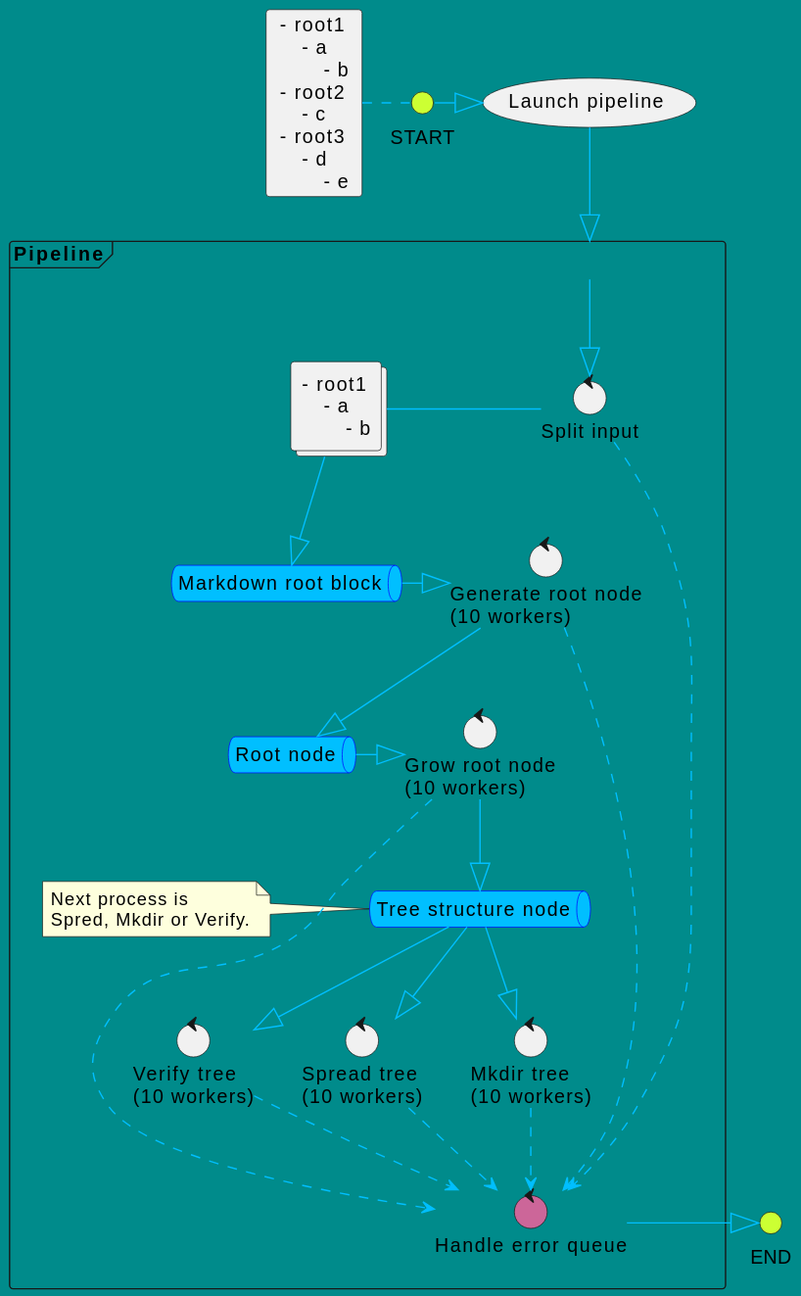
ddddddO/gtree keeps this PlantUML diagram as assets/process.svg. Above is the earlier version.
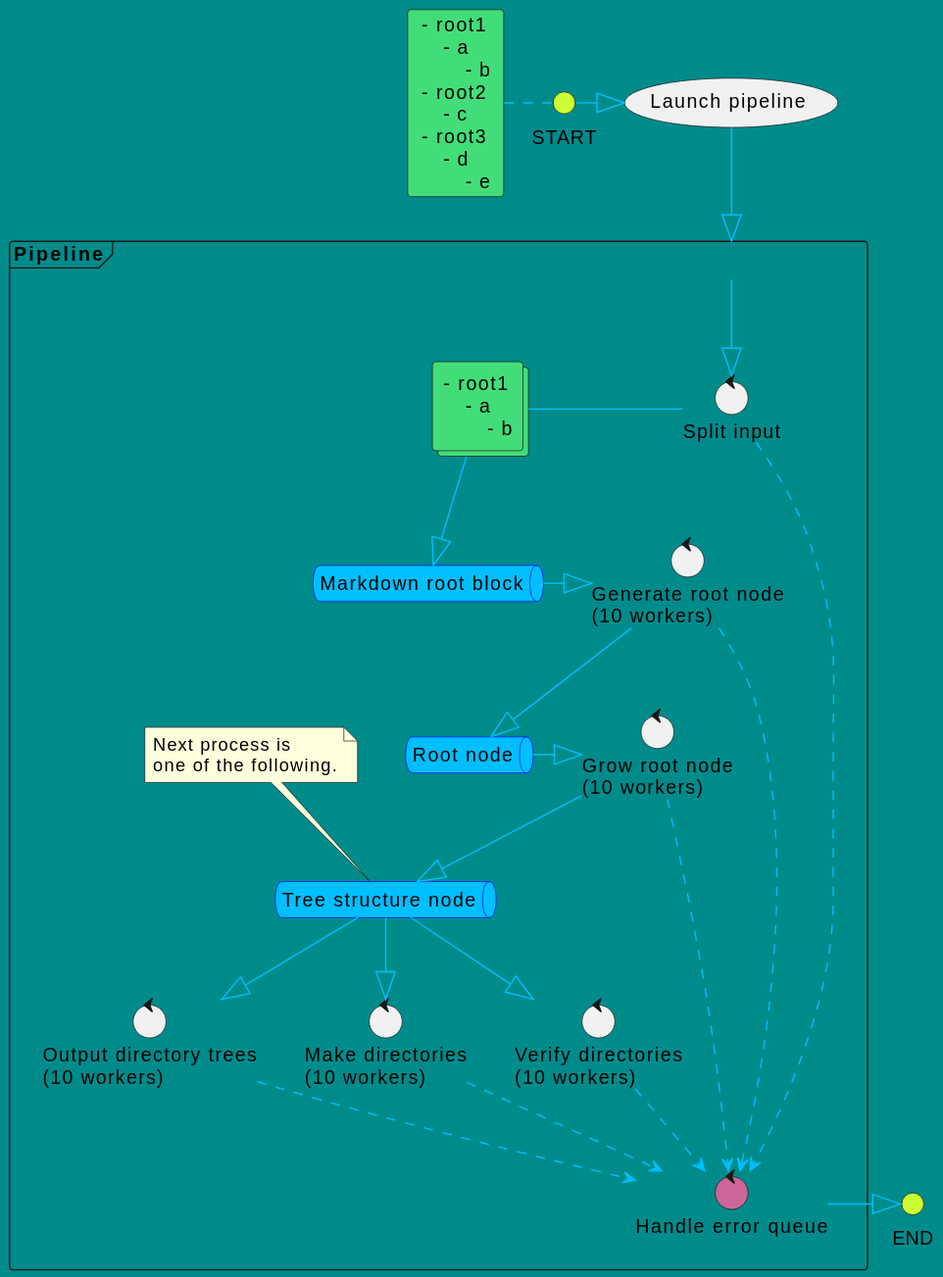
After the change.

Diff of the diagram source:
```diff
@@ -11,7 +11,7 @@
 
 
 interface "START" as start
-card markdown [
+card markdown #42DD78 [
 - root1
     - a
         - b
@@ -26,20 +26,20 @@
 
 frame "Pipeline" as pipeline {
   control "Split input" as split_proc
-  collections "- root1\n    - a\n        - b" as splited
+  collections "- root1\n    - a\n        - b" as splited #42DD78
   control "Generate root node\n(10 workers)" as generate_root_worker
   control "Grow root node\n(10 workers)" as grow_worker
-  control "Spread tree\n(10 workers)" as spread_worker
-  control "Mkdir tree\n(10 workers)" as mkdir_worker
-  control "Verify tree\n(10 workers)" as verify_worker
+  control "Output directory trees\n(10 workers)" as spread_worker
+  control "Make directories\n(10 workers)" as mkdir_worker
+  control "Verify directories\n(10 workers)" as verify_worker
   control "Handle error queue" as error_handler #CC6699
 
   queue "Markdown root block" as split_q
   queue "Root node" as root_q
   queue "Tree structure node" as growing_q
-  note left of growing_q
+  note top of growing_q
   Next process is
-  Spred, Mkdir or Verify.
+  one of the following.
   end note
 }
 
```
